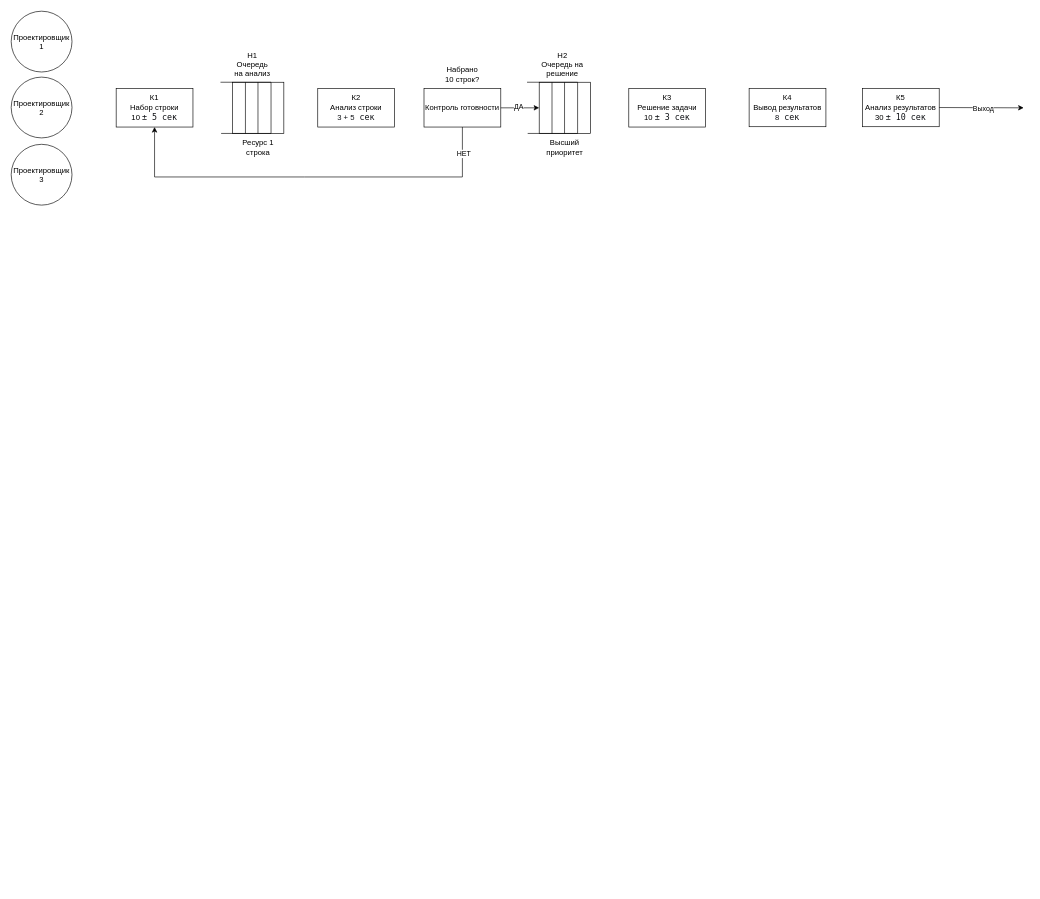
The draw.io diagram Диаграмма без названия.drawio in IlyaBorkovskoi/YouTube-video-downloader, before the edit. Source tidied: cells renumbered, new cells numbered last; positions are measured from the earlier drawing's top-left corner, leaving out a move shared by most shapes. Both pictures are drawn from the tidied source at 64%, with x=0, y=0 at pixel (11, 11).
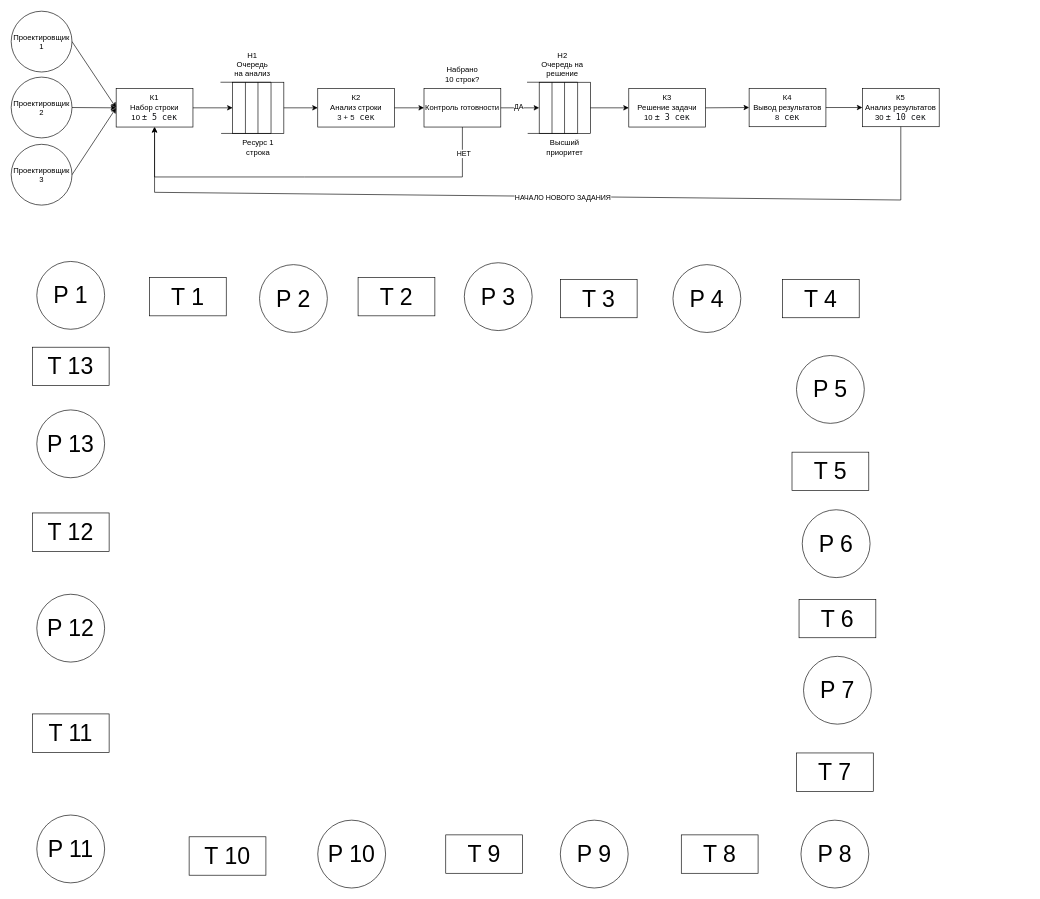
After the change.

The change refers to these unchanged cells:
```xml
<mxCell id="2" value="Проектировщик 1" style="ellipse;whiteSpace=wrap;html=1;" parent="1" vertex="1">
  <mxGeometry width="95" height="95" as="geometry" />
</mxCell>
<mxCell id="3" value="Проектировщик 2" style="ellipse;whiteSpace=wrap;html=1;" parent="1" vertex="1">
  <mxGeometry y="103" width="95" height="95" as="geometry" />
</mxCell>
<mxCell id="4" value="Проектировщик 3" style="ellipse;whiteSpace=wrap;html=1;" parent="1" vertex="1">
  <mxGeometry y="208" width="95" height="95" as="geometry" />
</mxCell>
<mxCell id="5" value="К1&lt;div&gt;Набор строки&lt;/div&gt;&lt;div&gt;10&amp;nbsp;&lt;span style=&quot;color: rgb(15, 17, 21); font-family: Menlo, Monaco, Consolas, &amp;quot;Cascadia Mono&amp;quot;, &amp;quot;Ubuntu Mono&amp;quot;, &amp;quot;DejaVu Sans Mono&amp;quot;, &amp;quot;Liberation Mono&amp;quot;, &amp;quot;JetBrains Mono&amp;quot;, &amp;quot;Fira Code&amp;quot;, Cousine, &amp;quot;Roboto Mono&amp;quot;, &amp;quot;Courier New&amp;quot;, Courier, sans-serif, system-ui; font-size: 13px; text-align: start; background-color: transparent;&quot;&gt;± 5 сек&lt;/span&gt;&lt;/div&gt;" style="rounded=0;whiteSpace=wrap;html=1;" parent="1" vertex="1">
  <mxGeometry x="164" y="121" width="120" height="60" as="geometry" />
</mxCell>
<mxCell id="6" style="whiteSpace=wrap;html=1;" parent="1" vertex="1">
  <mxGeometry x="346" y="111" width="80" height="80" as="geometry" />
</mxCell>
<mxCell id="14" value="К2&lt;div&gt;&lt;span style=&quot;background-color: transparent; color: light-dark(rgb(0, 0, 0), rgb(255, 255, 255));&quot;&gt;Анализ строки&lt;/span&gt;&lt;/div&gt;&lt;div style=&quot;text-align: center;&quot;&gt;&lt;span style=&quot;background-color: transparent; text-align: start; color: rgb(15, 17, 21);&quot;&gt;3 + 5&lt;/span&gt;&lt;span style=&quot;background-color: transparent; color: rgb(15, 17, 21); font-family: Menlo, Monaco, Consolas, &amp;quot;Cascadia Mono&amp;quot;, &amp;quot;Ubuntu Mono&amp;quot;, &amp;quot;DejaVu Sans Mono&amp;quot;, &amp;quot;Liberation Mono&amp;quot;, &amp;quot;JetBrains Mono&amp;quot;, &amp;quot;Fira Code&amp;quot;, Cousine, &amp;quot;Roboto Mono&amp;quot;, &amp;quot;Courier New&amp;quot;, Courier, sans-serif, system-ui; font-size: 13px; text-align: start;&quot;&gt; сек&lt;/span&gt;&lt;/div&gt;" style="rounded=0;whiteSpace=wrap;html=1;" parent="1" vertex="1">
  <mxGeometry x="479" y="121" width="120" height="60" as="geometry" />
</mxCell>
<mxCell id="15" value="Контроль готовности" style="rounded=0;whiteSpace=wrap;html=1;" parent="1" vertex="1">
  <mxGeometry x="645" y="121" width="120" height="60" as="geometry" />
</mxCell>
<mxCell id="16" style="whiteSpace=wrap;html=1;" parent="1" vertex="1">
  <mxGeometry x="825" y="111" width="80" height="80" as="geometry" />
</mxCell>
<mxCell id="25" value="К3&lt;div&gt;Решение задачи&lt;/div&gt;&lt;div&gt;10&amp;nbsp;&lt;span style=&quot;color: rgb(15, 17, 21); font-family: Menlo, Monaco, Consolas, &amp;quot;Cascadia Mono&amp;quot;, &amp;quot;Ubuntu Mono&amp;quot;, &amp;quot;DejaVu Sans Mono&amp;quot;, &amp;quot;Liberation Mono&amp;quot;, &amp;quot;JetBrains Mono&amp;quot;, &amp;quot;Fira Code&amp;quot;, Cousine, &amp;quot;Roboto Mono&amp;quot;, &amp;quot;Courier New&amp;quot;, Courier, sans-serif, system-ui; font-size: 13px; text-align: start; background-color: transparent;&quot;&gt;± 3 сек&lt;/span&gt;&lt;/div&gt;" style="rounded=0;whiteSpace=wrap;html=1;" parent="1" vertex="1">
  <mxGeometry x="965" y="121" width="120" height="60" as="geometry" />
</mxCell>
<mxCell id="26" value="К4&lt;div&gt;Вывод результатов&lt;/div&gt;&lt;div style=&quot;text-align: center;&quot;&gt;&lt;span style=&quot;text-align: start; background-color: transparent; color: rgb(15, 17, 21);&quot;&gt;8&lt;/span&gt;&lt;span style=&quot;color: rgb(15, 17, 21); font-family: Menlo, Monaco, Consolas, &amp;quot;Cascadia Mono&amp;quot;, &amp;quot;Ubuntu Mono&amp;quot;, &amp;quot;DejaVu Sans Mono&amp;quot;, &amp;quot;Liberation Mono&amp;quot;, &amp;quot;JetBrains Mono&amp;quot;, &amp;quot;Fira Code&amp;quot;, Cousine, &amp;quot;Roboto Mono&amp;quot;, &amp;quot;Courier New&amp;quot;, Courier, sans-serif, system-ui; font-size: 13px; text-align: start; background-color: transparent;&quot;&gt; сек&lt;/span&gt;&lt;/div&gt;" style="rounded=0;whiteSpace=wrap;html=1;" parent="1" vertex="1">
  <mxGeometry x="1153" y="120.5" width="120" height="60" as="geometry" />
</mxCell>
<mxCell id="27" value="К5&lt;div&gt;Анализ результатов&lt;/div&gt;&lt;div&gt;30&amp;nbsp;&lt;span style=&quot;color: rgb(15, 17, 21); font-family: Menlo, Monaco, Consolas, &amp;quot;Cascadia Mono&amp;quot;, &amp;quot;Ubuntu Mono&amp;quot;, &amp;quot;DejaVu Sans Mono&amp;quot;, &amp;quot;Liberation Mono&amp;quot;, &amp;quot;JetBrains Mono&amp;quot;, &amp;quot;Fira Code&amp;quot;, Cousine, &amp;quot;Roboto Mono&amp;quot;, &amp;quot;Courier New&amp;quot;, Courier, sans-serif, system-ui; font-size: 13px; text-align: start; background-color: transparent;&quot;&gt;± 10 сек&lt;/span&gt;&lt;/div&gt;" style="rounded=0;whiteSpace=wrap;html=1;" parent="1" vertex="1">
  <mxGeometry x="1330" y="120.5" width="120" height="60" as="geometry" />
</mxCell>
```

Change to the diagram source:
```diff
@@
-    <mxCell id="28" style="endArrow=classic;html=1;rounded=0;exitX=1;exitY=0.5;exitDx=0;exitDy=0;" parent="1" edge="1" source="27">
-      <mxGeometry relative="1" as="geometry">
-        <mxPoint x="1582" y="151" as="targetPoint" />
-      </mxGeometry>
-    </mxCell>
-    <mxCell id="29" value="Выход" style="edgeLabel;html=1;align=center;verticalAlign=middle;" parent="28" vertex="1">
-      <mxGeometry x="0.05" y="-2" relative="1" as="geometry" />
-    </mxCell>
@@
+    <mxCell id="34" style="endArrow=classic;html=1;rounded=0;entryX=0;entryY=0.5;entryDx=0;entryDy=0;exitX=1;exitY=0.5;exitDx=0;exitDy=0;" parent="1" edge="1" source="4" target="5">
+      <mxGeometry relative="1" as="geometry" />
+    </mxCell>
+    <mxCell id="35" style="endArrow=classic;html=1;rounded=0;entryX=0;entryY=0.5;entryDx=0;entryDy=0;exitX=1;exitY=0.5;exitDx=0;exitDy=0;" parent="1" edge="1" source="3" target="5">
+      <mxGeometry relative="1" as="geometry" />
+    </mxCell>
+    <mxCell id="36" style="endArrow=classic;html=1;rounded=0;entryX=0;entryY=0.5;entryDx=0;entryDy=0;exitX=1;exitY=0.5;exitDx=0;exitDy=0;" parent="1" edge="1" source="2" target="5">
+      <mxGeometry relative="1" as="geometry" />
+    </mxCell>
+    <mxCell id="37" style="endArrow=classic;html=1;rounded=0;entryX=0;entryY=0.5;entryDx=0;entryDy=0;exitX=1;exitY=0.5;exitDx=0;exitDy=0;" parent="1" edge="1" source="5" target="6">
+      <mxGeometry relative="1" as="geometry" />
+    </mxCell>
+    <mxCell id="38" style="endArrow=classic;html=1;rounded=0;entryX=0;entryY=0.5;entryDx=0;entryDy=0;exitX=1;exitY=0.5;exitDx=0;exitDy=0;" parent="1" edge="1" source="6" target="14">
+      <mxGeometry relative="1" as="geometry" />
+    </mxCell>
+    <mxCell id="39" style="endArrow=classic;html=1;rounded=0;entryX=0;entryY=0.5;entryDx=0;entryDy=0;exitX=1;exitY=0.5;exitDx=0;exitDy=0;" parent="1" edge="1" source="14" target="15">
+      <mxGeometry relative="1" as="geometry" />
+    </mxCell>
+    <mxCell id="40" style="endArrow=classic;html=1;rounded=0;entryX=0;entryY=0.5;entryDx=0;entryDy=0;exitX=1;exitY=0.5;exitDx=0;exitDy=0;" parent="1" edge="1" source="16" target="25">
+      <mxGeometry relative="1" as="geometry" />
+    </mxCell>
+    <mxCell id="41" style="endArrow=classic;html=1;rounded=0;entryX=0;entryY=0.5;entryDx=0;entryDy=0;exitX=1;exitY=0.5;exitDx=0;exitDy=0;" parent="1" edge="1" source="25" target="26">
+      <mxGeometry relative="1" as="geometry" />
+    </mxCell>
+    <mxCell id="42" style="endArrow=classic;html=1;rounded=0;entryX=0;entryY=0.5;entryDx=0;entryDy=0;exitX=1;exitY=0.5;exitDx=0;exitDy=0;" parent="1" edge="1" source="26" target="27">
+      <mxGeometry relative="1" as="geometry" />
+    </mxCell>
+    <mxCell id="43" style="endArrow=classic;html=1;rounded=0;exitX=0.5;exitY=1;exitDx=0;exitDy=0;entryX=0.5;entryY=1;entryDx=0;entryDy=0;" parent="1" edge="1" source="27" target="5">
+      <mxGeometry relative="1" as="geometry">
+        <Array as="points">
+          <mxPoint x="1390" y="295" />
+          <mxPoint x="224" y="283" />
+        </Array>
+      </mxGeometry>
+    </mxCell>
+    <mxCell id="44" value="НАЧАЛО НОВОГО ЗАДАНИЯ" style="edgeLabel;html=1;align=center;verticalAlign=middle;" parent="43" vertex="1">
+      <mxGeometry x="-0.07" y="1" relative="1" as="geometry" />
+    </mxCell>
+    <mxCell id="45" value="&lt;font style=&quot;font-size: 36px;&quot;&gt;P 1&lt;/font&gt;" style="ellipse;whiteSpace=wrap;html=1;" parent="1" vertex="1">
+      <mxGeometry x="40" y="391" width="106" height="106" as="geometry" />
+    </mxCell>
+    <mxCell id="46" value="&lt;font style=&quot;font-size: 36px;&quot;&gt;P 8&lt;/font&gt;" style="ellipse;whiteSpace=wrap;html=1;" parent="1" vertex="1">
+      <mxGeometry x="1234" y="1264" width="106" height="106" as="geometry" />
+    </mxCell>
+    <mxCell id="47" value="&lt;font style=&quot;font-size: 36px;&quot;&gt;P 7&lt;/font&gt;" style="ellipse;whiteSpace=wrap;html=1;" parent="1" vertex="1">
+      <mxGeometry x="1238" y="1008" width="106" height="106" as="geometry" />
+    </mxCell>
+    <mxCell id="48" value="&lt;font style=&quot;font-size: 36px;&quot;&gt;P 6&lt;/font&gt;" style="ellipse;whiteSpace=wrap;html=1;" parent="1" vertex="1">
+      <mxGeometry x="1236" y="779" width="106" height="106" as="geometry" />
+    </mxCell>
+    <mxCell id="49" value="&lt;font style=&quot;font-size: 36px;&quot;&gt;P 5&lt;/font&gt;" style="ellipse;whiteSpace=wrap;html=1;" parent="1" vertex="1">
+      <mxGeometry x="1227" y="538" width="106" height="106" as="geometry" />
+    </mxCell>
+    <mxCell id="50" value="&lt;font style=&quot;font-size: 36px;&quot;&gt;P 4&lt;/font&gt;" style="ellipse;whiteSpace=wrap;html=1;" parent="1" vertex="1">
+      <mxGeometry x="1034" y="396" width="106" height="106" as="geometry" />
+    </mxCell>
+    <mxCell id="51" value="&lt;font style=&quot;font-size: 36px;&quot;&gt;P 3&lt;/font&gt;" style="ellipse;whiteSpace=wrap;html=1;" parent="1" vertex="1">
+      <mxGeometry x="708" y="393" width="106" height="106" as="geometry" />
+    </mxCell>
+    <mxCell id="52" value="&lt;font style=&quot;font-size: 36px;&quot;&gt;P 2&lt;/font&gt;" style="ellipse;whiteSpace=wrap;html=1;" parent="1" vertex="1">
+      <mxGeometry x="388" y="396" width="106" height="106" as="geometry" />
+    </mxCell>
+    <mxCell id="53" value="&lt;font style=&quot;font-size: 36px;&quot;&gt;P 10&lt;/font&gt;" style="ellipse;whiteSpace=wrap;html=1;" parent="1" vertex="1">
+      <mxGeometry x="479" y="1264" width="106" height="106" as="geometry" />
+    </mxCell>
+    <mxCell id="54" value="&lt;font style=&quot;font-size: 36px;&quot;&gt;P 9&lt;/font&gt;" style="ellipse;whiteSpace=wrap;html=1;" parent="1" vertex="1">
+      <mxGeometry x="858" y="1264" width="106" height="106" as="geometry" />
+    </mxCell>
+    <mxCell id="55" value="&lt;font style=&quot;font-size: 36px;&quot;&gt;P 11&lt;/font&gt;" style="ellipse;whiteSpace=wrap;html=1;" parent="1" vertex="1">
+      <mxGeometry x="40" y="1256" width="106" height="106" as="geometry" />
+    </mxCell>
+    <mxCell id="56" value="&lt;font style=&quot;font-size: 36px;&quot;&gt;P 13&lt;/font&gt;" style="ellipse;whiteSpace=wrap;html=1;" parent="1" vertex="1">
+      <mxGeometry x="40" y="623" width="106" height="106" as="geometry" />
+    </mxCell>
+    <mxCell id="57" value="&lt;font style=&quot;font-size: 36px;&quot;&gt;P 12&lt;/font&gt;" style="ellipse;whiteSpace=wrap;html=1;" parent="1" vertex="1">
+      <mxGeometry x="40" y="911" width="106" height="106" as="geometry" />
+    </mxCell>
+    <mxCell id="58" value="&lt;font style=&quot;font-size: 36px;&quot;&gt;T 1&lt;/font&gt;" style="rounded=0;whiteSpace=wrap;html=1;" parent="1" vertex="1">
+      <mxGeometry x="216" y="416" width="120" height="60" as="geometry" />
+    </mxCell>
+    <mxCell id="59" value="&lt;font style=&quot;font-size: 36px;&quot;&gt;T 11&lt;/font&gt;" style="rounded=0;whiteSpace=wrap;html=1;" parent="1" vertex="1">
+      <mxGeometry x="33" y="1098" width="120" height="60" as="geometry" />
+    </mxCell>
+    <mxCell id="60" value="&lt;font style=&quot;font-size: 36px;&quot;&gt;T 10&lt;/font&gt;" style="rounded=0;whiteSpace=wrap;html=1;" parent="1" vertex="1">
+      <mxGeometry x="278" y="1290" width="120" height="60" as="geometry" />
+    </mxCell>
+    <mxCell id="61" value="&lt;font style=&quot;font-size: 36px;&quot;&gt;T 9&lt;/font&gt;" style="rounded=0;whiteSpace=wrap;html=1;" parent="1" vertex="1">
+      <mxGeometry x="679" y="1287" width="120" height="60" as="geometry" />
+    </mxCell>
+    <mxCell id="62" value="&lt;font style=&quot;font-size: 36px;&quot;&gt;T 8&lt;/font&gt;" style="rounded=0;whiteSpace=wrap;html=1;" parent="1" vertex="1">
+      <mxGeometry x="1047" y="1287" width="120" height="60" as="geometry" />
+    </mxCell>
+    <mxCell id="63" value="&lt;font style=&quot;font-size: 36px;&quot;&gt;T 6&lt;/font&gt;" style="rounded=0;whiteSpace=wrap;html=1;" parent="1" vertex="1">
+      <mxGeometry x="1231" y="919" width="120" height="60" as="geometry" />
+    </mxCell>
+    <mxCell id="64" value="&lt;font style=&quot;font-size: 36px;&quot;&gt;T 5&lt;/font&gt;" style="rounded=0;whiteSpace=wrap;html=1;" parent="1" vertex="1">
+      <mxGeometry x="1220" y="689" width="120" height="60" as="geometry" />
+    </mxCell>
+    <mxCell id="65" value="&lt;font style=&quot;font-size: 36px;&quot;&gt;T 4&lt;/font&gt;" style="rounded=0;whiteSpace=wrap;html=1;" parent="1" vertex="1">
+      <mxGeometry x="1205" y="419" width="120" height="60" as="geometry" />
+    </mxCell>
+    <mxCell id="66" value="&lt;font style=&quot;font-size: 36px;&quot;&gt;T 3&lt;/font&gt;" style="rounded=0;whiteSpace=wrap;html=1;" parent="1" vertex="1">
+      <mxGeometry x="858" y="419" width="120" height="60" as="geometry" />
+    </mxCell>
+    <mxCell id="67" value="&lt;font style=&quot;font-size: 36px;&quot;&gt;T 2&lt;/font&gt;" style="rounded=0;whiteSpace=wrap;html=1;" parent="1" vertex="1">
+      <mxGeometry x="542" y="416" width="120" height="60" as="geometry" />
+    </mxCell>
+    <mxCell id="68" value="&lt;font style=&quot;font-size: 36px;&quot;&gt;T 12&lt;/font&gt;" style="rounded=0;whiteSpace=wrap;html=1;" parent="1" vertex="1">
+      <mxGeometry x="33" y="784" width="120" height="60" as="geometry" />
+    </mxCell>
+    <mxCell id="69" value="&lt;font style=&quot;font-size: 36px;&quot;&gt;T 13&lt;/font&gt;" style="rounded=0;whiteSpace=wrap;html=1;" parent="1" vertex="1">
+      <mxGeometry x="33" y="525" width="120" height="60" as="geometry" />
+    </mxCell>
+    <mxCell id="70" style="edgeStyle=orthogonalEdgeStyle;rounded=0;orthogonalLoop=1;jettySize=auto;html=1;exitX=0.5;exitY=1;exitDx=0;exitDy=0;" parent="1" edge="1" source="64" target="64">
+      <mxGeometry relative="1" as="geometry" />
+    </mxCell>
+    <mxCell id="71" value="&lt;font style=&quot;font-size: 36px;&quot;&gt;T 7&lt;/font&gt;" style="rounded=0;whiteSpace=wrap;html=1;" parent="1" vertex="1">
+      <mxGeometry x="1227" y="1159" width="120" height="60" as="geometry" />
+    </mxCell>
```
